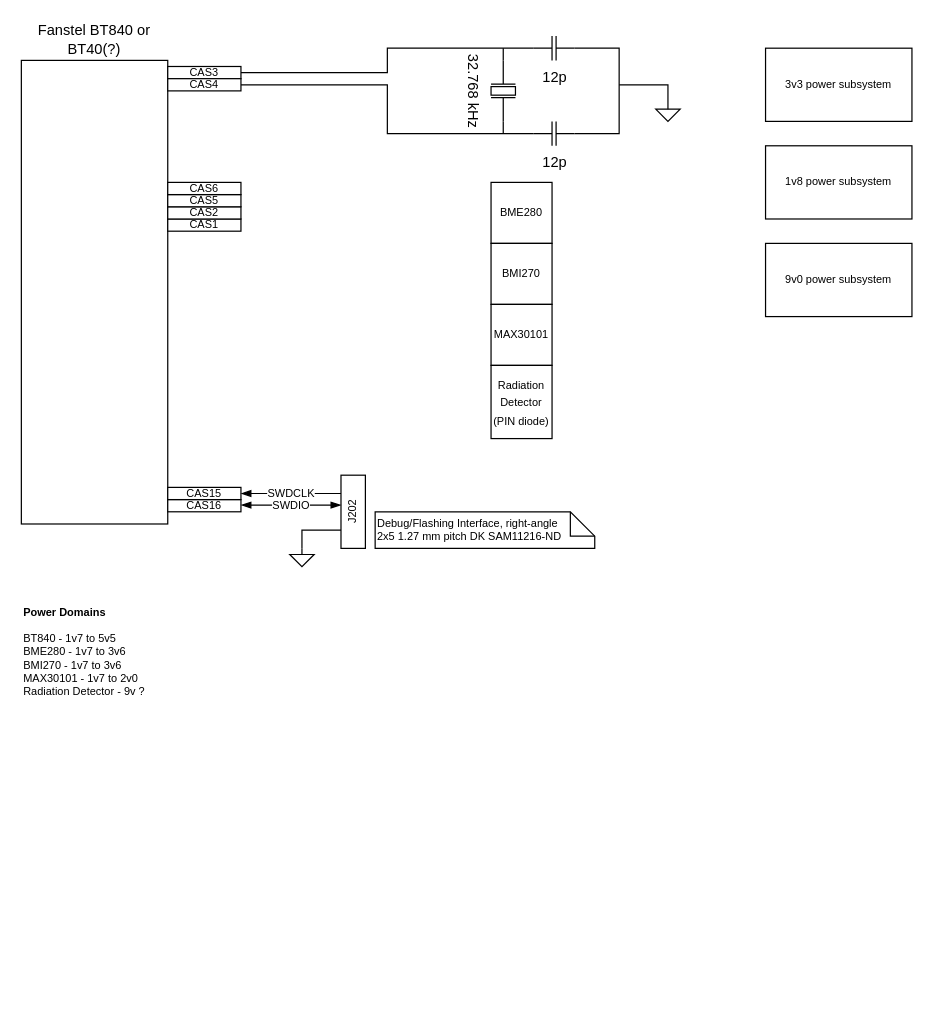
Earlier version of the draw.io diagram docs/SmartWatchBlockDiagram.drawio (StevenKnudsen/LowPowerLEDSmartWatch). Source tidied: cells renumbered, new cells numbered last; positions are measured from the earlier drawing's top-left corner, leaving out a move shared by most shapes. Both pictures are drawn from the tidied source at 122%, with x=0, y=0 at pixel (21, 35).
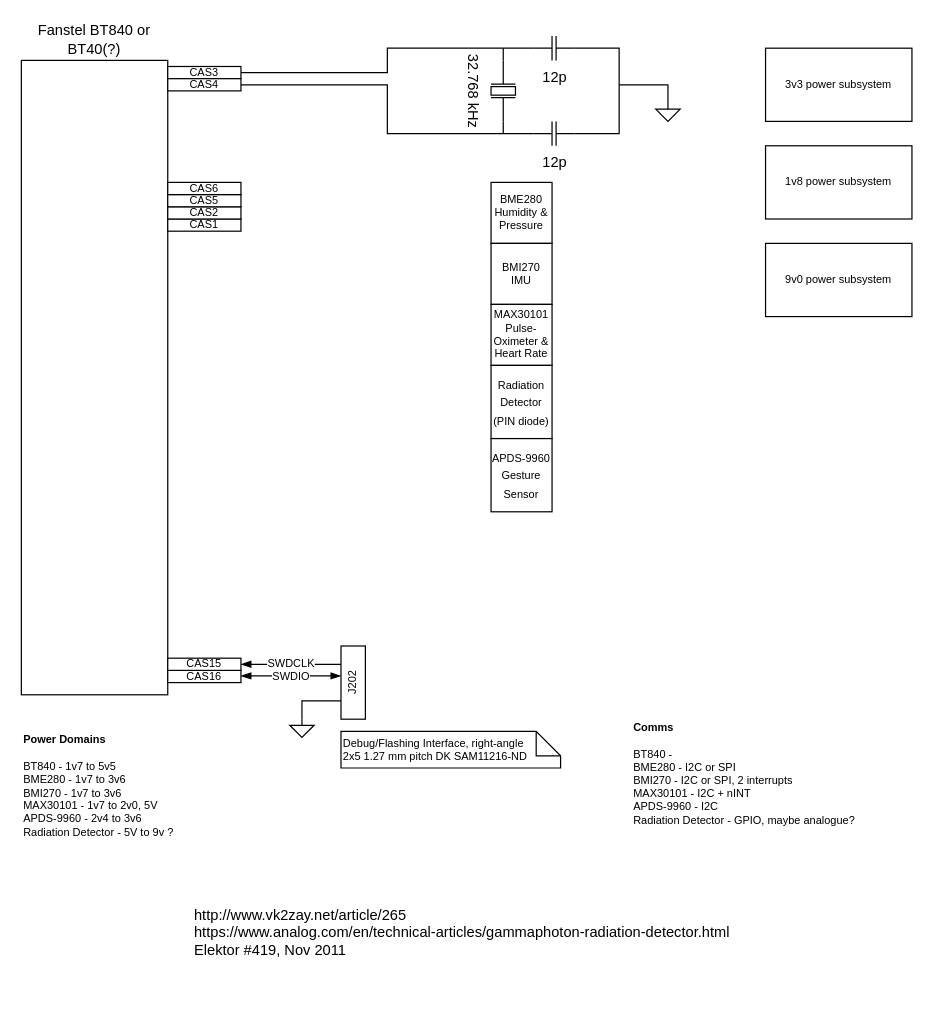
The same diagram, later.

Diff of the diagram source:
```diff
@@
     <mxCell id="2" value="Fanstel BT840 or BT40(?)" style="rounded=0;whiteSpace=wrap;html=1;align=center;labelPosition=center;verticalLabelPosition=top;verticalAlign=bottom;" parent="1" vertex="1">
-      <mxGeometry y="20" width="120" height="380" as="geometry" />
+      <mxGeometry y="20" width="120" height="520" as="geometry" />
     </mxCell>
@@
-    <mxCell id="15" value="BME280" style="whiteSpace=wrap;html=1;fontSize=9;" parent="1" vertex="1">
+    <mxCell id="15" value="BME280 Humidity &amp;amp; Pressure" style="whiteSpace=wrap;html=1;fontSize=9;" parent="1" vertex="1">
       <mxGeometry x="385" y="120" width="50" height="50" as="geometry" />
     </mxCell>
@@
-    <mxCell id="20" value="BMI270" style="whiteSpace=wrap;html=1;fontSize=9;" parent="1" vertex="1">
+    <mxCell id="20" value="BMI270 IMU" style="whiteSpace=wrap;html=1;fontSize=9;" parent="1" vertex="1">
       <mxGeometry x="385" y="170" width="50" height="50" as="geometry" />
     </mxCell>
-    <mxCell id="21" value="MAX30101" style="whiteSpace=wrap;html=1;fontSize=9;" parent="1" vertex="1">
+    <mxCell id="21" value="MAX30101 Pulse-Oximeter &amp;amp; Heart Rate" style="whiteSpace=wrap;html=1;fontSize=9;" parent="1" vertex="1">
       <mxGeometry x="385" y="220" width="50" height="50" as="geometry" />
     </mxCell>
     <mxCell id="22" value="CAS16" style="rounded=0;whiteSpace=wrap;html=1;fontSize=9;" parent="1" vertex="1">
-      <mxGeometry x="120" y="380" width="60" height="10" as="geometry" />
+      <mxGeometry x="120" y="520" width="60" height="10" as="geometry" />
     </mxCell>
     <mxCell id="23" value="CAS15" style="rounded=0;whiteSpace=wrap;html=1;fontSize=9;" parent="1" vertex="1">
-      <mxGeometry x="120" y="370" width="60" height="10" as="geometry" />
+      <mxGeometry x="120" y="510" width="60" height="10" as="geometry" />
     </mxCell>
@@
     <mxCell id="25" value="J202" style="rounded=0;whiteSpace=wrap;html=1;fontSize=9;horizontal=0;" parent="1" vertex="1">
-      <mxGeometry x="262" y="360" width="20" height="60" as="geometry" />
+      <mxGeometry x="262" y="500" width="20" height="60" as="geometry" />
     </mxCell>
     <mxCell id="26" value="SWDIO" style="edgeStyle=elbowEdgeStyle;rounded=0;orthogonalLoop=1;jettySize=auto;html=1;exitX=0;exitY=0.25;exitDx=0;exitDy=0;entryX=1;entryY=0.5;entryDx=0;entryDy=0;fontSize=9;endArrow=blockThin;endFill=1;startArrow=blockThin;startFill=1;elbow=horizontal;" parent="1" edge="1">
       <mxGeometry relative="1" as="geometry">
-        <mxPoint x="262" y="384.5" as="sourcePoint" />
-        <mxPoint x="180" y="384.5" as="targetPoint" />
+        <mxPoint x="262" y="524.5" as="sourcePoint" />
+        <mxPoint x="180" y="524.5" as="targetPoint" />
       </mxGeometry>
     </mxCell>
     <mxCell id="27" style="edgeStyle=elbowEdgeStyle;rounded=0;jettySize=auto;html=1;exitX=0.5;exitY=0;exitDx=0;exitDy=0;exitPerimeter=0;entryX=0;entryY=0.75;entryDx=0;entryDy=0;fontSize=9;startArrow=none;startFill=0;endArrow=none;endFill=0;" parent="1" edge="1" source="28" target="25">
       <mxGeometry relative="1" as="geometry">
         <Array as="points">
-          <mxPoint x="230" y="410" />
+          <mxPoint x="230" y="550" />
         </Array>
       </mxGeometry>
     </mxCell>
     <mxCell id="28" style="verticalLabelPosition=bottom;shadow=0;dashed=0;align=center;html=1;verticalAlign=top;shape=mxgraph.electrical.signal_sources.signal_ground;fontSize=9;" parent="1" vertex="1">
-      <mxGeometry x="220" y="420" width="20" height="15" as="geometry" />
+      <mxGeometry x="220" y="560" width="20" height="15" as="geometry" />
     </mxCell>
     <mxCell id="29" value="Debug/Flashing Interface, right-angle&lt;br style=&quot;border-color: var(--border-color);&quot;&gt;&lt;span style=&quot;&quot;&gt;2x5 1.27 mm pitch DK&amp;nbsp;&lt;/span&gt;SAM11216-ND" style="shape=note;size=20;whiteSpace=wrap;html=1;fontSize=9;align=left;" parent="1" vertex="1">
-      <mxGeometry x="290" y="390" width="180" height="30" as="geometry" />
+      <mxGeometry x="262" y="570" width="180" height="30" as="geometry" />
     </mxCell>
@@
-    <mxCell id="33" value="&lt;b&gt;Power Domains&lt;br&gt;&lt;/b&gt;&lt;br&gt;BT840 - 1v7 to 5v5&lt;br&gt;BME280 - 1v7 to 3v6&lt;br&gt;BMI270 - 1v7 to 3v6&lt;br&gt;MAX30101 - 1v7 to 2v0&lt;br&gt;Radiation Detector - 9v ?" style="text;html=1;strokeColor=none;fillColor=none;align=left;verticalAlign=middle;whiteSpace=wrap;rounded=0;fontSize=9;" parent="1" vertex="1">
-      <mxGeometry y="470" width="130" height="70" as="geometry" />
+    <mxCell id="33" value="&lt;b&gt;Power Domains&lt;br&gt;&lt;/b&gt;&lt;br&gt;BT840 - 1v7 to 5v5&lt;br&gt;BME280 - 1v7 to 3v6&lt;br&gt;BMI270 - 1v7 to 3v6&lt;br&gt;MAX30101 - 1v7 to 2v0, 5V&lt;br&gt;APDS-9960 - 2v4 to 3v6&lt;br&gt;Radiation Detector - 5V to 9v ?" style="text;html=1;strokeColor=none;fillColor=none;align=left;verticalAlign=middle;whiteSpace=wrap;rounded=0;fontSize=9;" parent="1" vertex="1">
+      <mxGeometry y="560" width="130" height="110" as="geometry" />
     </mxCell>
@@
+    <mxCell id="35" value="&lt;font style=&quot;font-size: 9px;&quot;&gt;APDS-9960&lt;br&gt;Gesture Sensor&lt;br&gt;&lt;/font&gt;" style="rounded=0;whiteSpace=wrap;html=1;" parent="1" vertex="1">
+      <mxGeometry x="385" y="330" width="50" height="60" as="geometry" />
+    </mxCell>
+    <mxCell id="36" value="http://www.vk2zay.net/article/265&lt;br&gt;https://www.analog.com/en/technical-articles/gammaphoton-radiation-detector.html&lt;br&gt;Elektor #419, Nov 2011&lt;br&gt;" style="text;html=1;strokeColor=none;fillColor=none;align=left;verticalAlign=middle;whiteSpace=wrap;rounded=0;" parent="1" vertex="1">
+      <mxGeometry x="140" y="670" width="570" height="130" as="geometry" />
+    </mxCell>
+    <mxCell id="37" value="&lt;b&gt;Comms&lt;br&gt;&lt;/b&gt;&lt;br&gt;BT840 -&amp;nbsp;&lt;br&gt;BME280 - I2C or SPI&lt;br&gt;BMI270 - I2C or SPI, 2 interrupts&lt;br&gt;MAX30101 - I2C + nINT&lt;br&gt;APDS-9960 - I2C&lt;br&gt;Radiation Detector - GPIO, maybe analogue?" style="text;html=1;strokeColor=none;fillColor=none;align=left;verticalAlign=middle;whiteSpace=wrap;rounded=0;fontSize=9;" parent="1" vertex="1">
+      <mxGeometry x="500" y="550" width="200" height="110" as="geometry" />
+    </mxCell>
```
